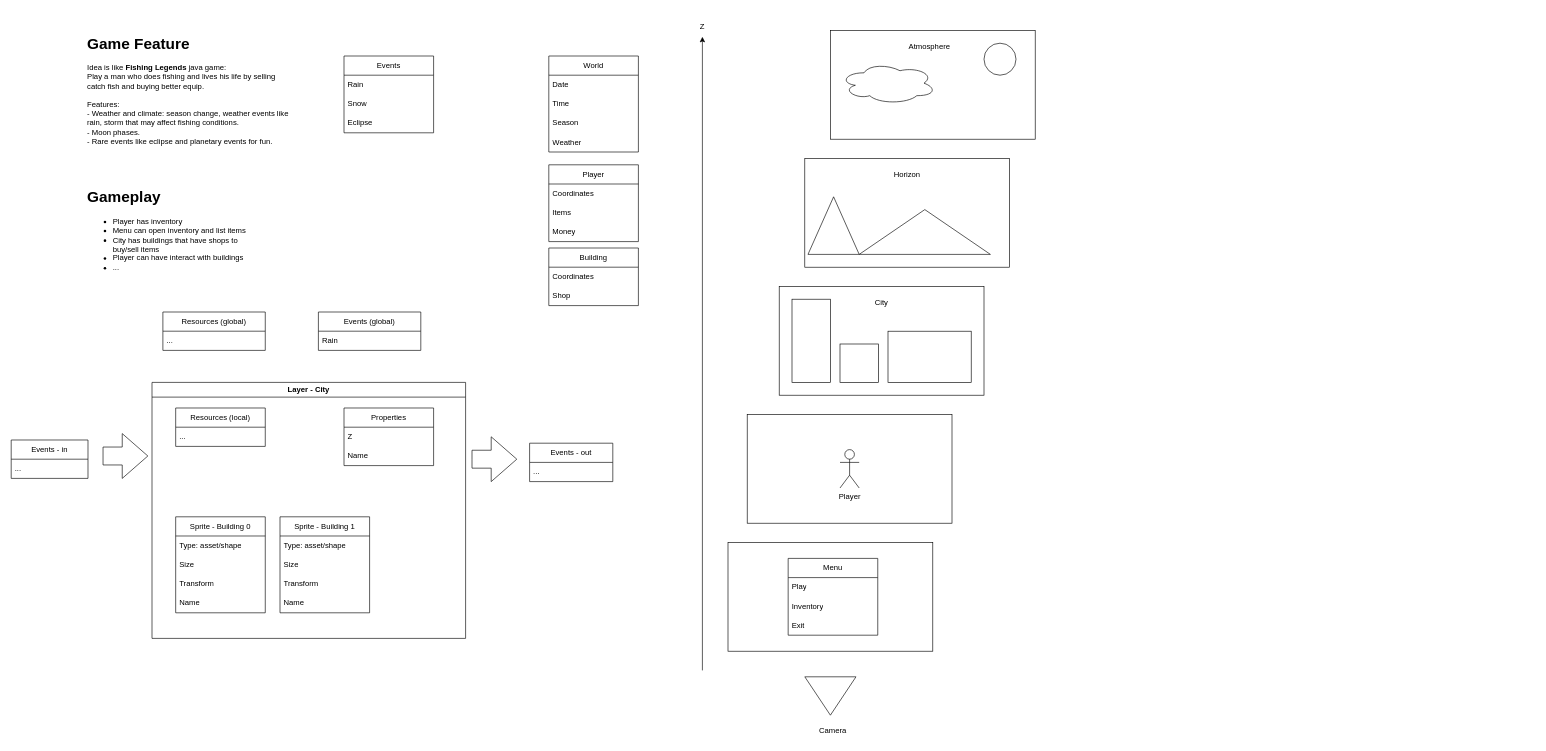
This is notes/design-notes.drawio from Andrcraft9/bevy-fishing-game, a draw.io file, before an edit. Source tidied: cells renumbered, new cells numbered last; positions are measured from the earlier drawing's top-left corner, leaving out a move shared by most shapes. Both pictures are drawn from the tidied source at 64%, with x=0, y=0 at pixel (11, 17).
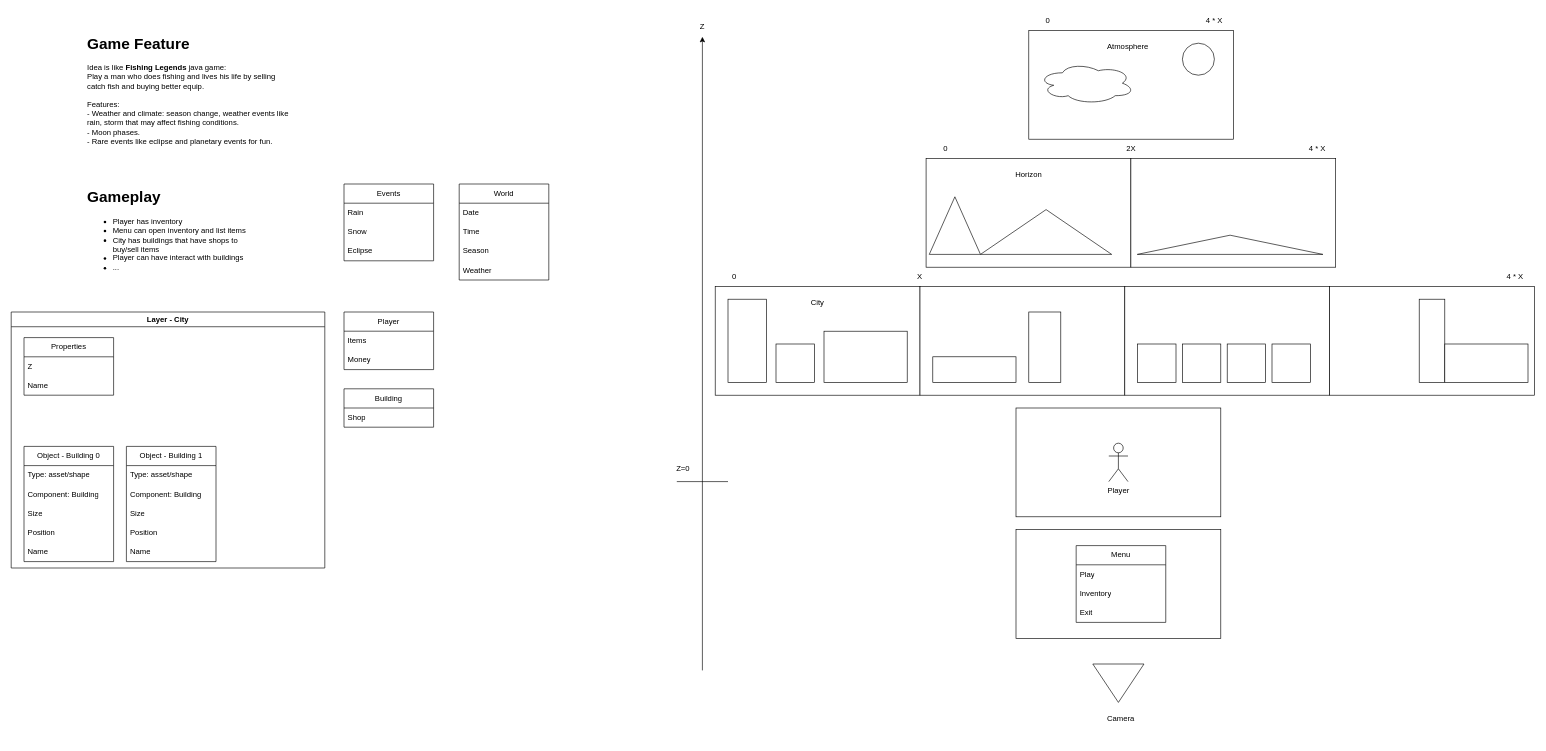
Above is the later version.

Diff of the diagram source:
```diff
@@
     <mxCell id="2" style="rounded=0;whiteSpace=wrap;html=1;" parent="1" vertex="1">
-      <mxGeometry x="1200" y="420" width="320" height="170" as="geometry" />
+      <mxGeometry x="1100" y="420" width="320" height="170" as="geometry" />
     </mxCell>
     <mxCell id="3" style="rounded=0;whiteSpace=wrap;html=1;" parent="1" vertex="1">
-      <mxGeometry x="1280" y="20" width="320" height="170" as="geometry" />
+      <mxGeometry x="1590" y="20" width="320" height="170" as="geometry" />
     </mxCell>
     <mxCell id="4" style="rounded=0;whiteSpace=wrap;html=1;" parent="1" vertex="1">
-      <mxGeometry x="1150" y="620" width="320" height="170" as="geometry" />
+      <mxGeometry x="1570" y="610" width="320" height="170" as="geometry" />
     </mxCell>
     <mxCell id="5" value="Player" style="shape=umlActor;verticalLabelPosition=bottom;verticalAlign=top;html=1;" parent="1" vertex="1">
-      <mxGeometry x="1295" y="675" width="30" height="60" as="geometry" />
+      <mxGeometry x="1715" y="665" width="30" height="60" as="geometry" />
     </mxCell>
     <mxCell id="6" style="rounded=0;whiteSpace=wrap;html=1;" parent="1" vertex="1">
-      <mxGeometry x="1220" y="440" width="60" height="130" as="geometry" />
+      <mxGeometry x="1120" y="440" width="60" height="130" as="geometry" />
     </mxCell>
     <mxCell id="7" style="rounded=0;whiteSpace=wrap;html=1;" parent="1" vertex="1">
-      <mxGeometry x="1295" y="510" width="60" height="60" as="geometry" />
+      <mxGeometry x="1195" y="510" width="60" height="60" as="geometry" />
     </mxCell>
     <mxCell id="8" style="rounded=0;whiteSpace=wrap;html=1;" parent="1" vertex="1">
-      <mxGeometry x="1370" y="490" width="130" height="80" as="geometry" />
+      <mxGeometry x="1270" y="490" width="130" height="80" as="geometry" />
     </mxCell>
     <mxCell id="9" value="City" style="text;html=1;align=center;verticalAlign=middle;whiteSpace=wrap;rounded=0;" parent="1" vertex="1">
-      <mxGeometry x="1330" y="430" width="60" height="30" as="geometry" />
+      <mxGeometry x="1230" y="430" width="60" height="30" as="geometry" />
     </mxCell>
     <mxCell id="10" style="rounded=0;whiteSpace=wrap;html=1;" parent="1" vertex="1">
-      <mxGeometry x="1240" y="220" width="320" height="170" as="geometry" />
+      <mxGeometry x="1429.5" y="220" width="320" height="170" as="geometry" />
     </mxCell>
     <mxCell id="11" value="Atmosphere" style="text;html=1;align=center;verticalAlign=middle;whiteSpace=wrap;rounded=0;" parent="1" vertex="1">
-      <mxGeometry x="1390" y="30" width="90" height="30" as="geometry" />
+      <mxGeometry x="1700" y="30" width="90" height="30" as="geometry" />
     </mxCell>
     <mxCell id="12" value="Horizon" style="text;html=1;align=center;verticalAlign=middle;whiteSpace=wrap;rounded=0;" parent="1" vertex="1">
-      <mxGeometry x="1370" y="230" width="60" height="30" as="geometry" />
+      <mxGeometry x="1559.5" y="230" width="60" height="30" as="geometry" />
     </mxCell>
     <mxCell id="13" style="ellipse;shape=cloud;whiteSpace=wrap;html=1;" parent="1" vertex="1">
-      <mxGeometry x="1295" y="70" width="150" height="65" as="geometry" />
+      <mxGeometry x="1605" y="70" width="150" height="65" as="geometry" />
     </mxCell>
     <mxCell id="14" style="ellipse;whiteSpace=wrap;html=1;" parent="1" vertex="1">
-      <mxGeometry x="1520" y="40" width="50" height="50" as="geometry" />
+      <mxGeometry x="1830" y="40" width="50" height="50" as="geometry" />
     </mxCell>
     <mxCell id="15" style="triangle;whiteSpace=wrap;html=1;direction=north;" parent="1" vertex="1">
-      <mxGeometry x="1245" y="280" width="80" height="90" as="geometry" />
+      <mxGeometry x="1434.5" y="280" width="80" height="90" as="geometry" />
     </mxCell>
     <mxCell id="16" style="triangle;whiteSpace=wrap;html=1;direction=north;" parent="1" vertex="1">
-      <mxGeometry x="1325" y="300" width="205" height="70" as="geometry" />
+      <mxGeometry x="1514.5" y="300" width="205" height="70" as="geometry" />
     </mxCell>
     <mxCell id="17" style="rounded=0;whiteSpace=wrap;html=1;" parent="1" vertex="1">
-      <mxGeometry x="1120" y="820" width="320" height="170" as="geometry" />
+      <mxGeometry x="1570" y="800" width="320" height="170" as="geometry" />
     </mxCell>
     <mxCell id="18" value="Menu" style="swimlane;fontStyle=0;horizontal=1;startSize=30;whiteSpace=wrap;html=1;" parent="1" vertex="1">
-      <mxGeometry x="1214" y="845" width="140" height="120" as="geometry" />
+      <mxGeometry x="1664" y="825" width="140" height="120" as="geometry" />
     </mxCell>
@@
     <mxCell id="24" style="triangle;whiteSpace=wrap;html=1;direction=south;" parent="1" vertex="1">
-      <mxGeometry x="1240" y="1030" width="80" height="60" as="geometry" />
+      <mxGeometry x="1690" y="1010" width="80" height="60" as="geometry" />
     </mxCell>
     <mxCell id="25" value="Camera" style="text;html=1;align=center;verticalAlign=middle;whiteSpace=wrap;rounded=0;" parent="1" vertex="1">
-      <mxGeometry x="1254" y="1100" width="60" height="30" as="geometry" />
+      <mxGeometry x="1704" y="1080" width="60" height="30" as="geometry" />
     </mxCell>
     <mxCell id="26" value="World" style="swimlane;fontStyle=0;horizontal=1;startSize=30;whiteSpace=wrap;html=1;" parent="1" vertex="1">
-      <mxGeometry x="840" y="60" width="140" height="150" as="geometry" />
+      <mxGeometry x="700" y="260" width="140" height="150" as="geometry" />
     </mxCell>
@@
     <mxCell id="31" value="Events" style="swimlane;fontStyle=0;horizontal=1;startSize=30;whiteSpace=wrap;html=1;" parent="1" vertex="1">
-      <mxGeometry x="520" y="60" width="140" height="120" as="geometry" />
+      <mxGeometry x="520" y="260" width="140" height="120" as="geometry" />
     </mxCell>
@@
-    <mxCell id="35" value="Player" style="swimlane;fontStyle=0;horizontal=1;startSize=30;whiteSpace=wrap;html=1;" parent="1" vertex="1">
-      <mxGeometry x="840" y="230" width="140" height="120" as="geometry" />
-    </mxCell>
-    <mxCell id="36" value="Coordinates" style="text;strokeColor=none;fillColor=none;align=left;verticalAlign=middle;spacingLeft=4;spacingRight=4;overflow=hidden;whiteSpace=wrap;html=1;" parent="35" vertex="1">
-      <mxGeometry y="30" width="140" height="30" as="geometry" />
-    </mxCell>
-    <mxCell id="37" value="Items" style="text;strokeColor=none;fillColor=none;align=left;verticalAlign=middle;spacingLeft=4;spacingRight=4;overflow=hidden;whiteSpace=wrap;html=1;" parent="35" vertex="1">
-      <mxGeometry y="60" width="140" height="30" as="geometry" />
-    </mxCell>
-    <mxCell id="38" value="Money" style="text;strokeColor=none;fillColor=none;align=left;verticalAlign=middle;spacingLeft=4;spacingRight=4;overflow=hidden;whiteSpace=wrap;html=1;" parent="35" vertex="1">
-      <mxGeometry y="90" width="140" height="30" as="geometry" />
-    </mxCell>
     <mxCell id="39" value="Building" style="swimlane;fontStyle=0;horizontal=1;startSize=30;whiteSpace=wrap;html=1;" parent="1" vertex="1">
-      <mxGeometry x="840" y="360" width="140" height="90" as="geometry" />
+      <mxGeometry x="520" y="580" width="140" height="60" as="geometry" />
     </mxCell>
-    <mxCell id="40" value="Coordinates" style="text;strokeColor=none;fillColor=none;align=left;verticalAlign=middle;spacingLeft=4;spacingRight=4;overflow=hidden;whiteSpace=wrap;html=1;" parent="39" vertex="1">
-      <mxGeometry y="30" width="140" height="30" as="geometry" />
-    </mxCell>
     <mxCell id="41" value="Shop" style="text;strokeColor=none;fillColor=none;align=left;verticalAlign=middle;spacingLeft=4;spacingRight=4;overflow=hidden;whiteSpace=wrap;html=1;" parent="39" vertex="1">
-      <mxGeometry y="60" width="140" height="30" as="geometry" />
+      <mxGeometry y="30" width="140" height="30" as="geometry" />
     </mxCell>
@@
     <mxCell id="44" value="Layer - City" style="swimlane;whiteSpace=wrap;html=1;" parent="1" vertex="1">
-      <mxGeometry x="220" y="570" width="490" height="400" as="geometry" />
+      <mxGeometry y="460" width="490" height="400" as="geometry" />
     </mxCell>
-    <mxCell id="45" value="Sprite - Building 0" style="swimlane;fontStyle=0;horizontal=1;startSize=30;whiteSpace=wrap;html=1;" parent="44" vertex="1">
-      <mxGeometry x="37" y="210" width="140" height="150" as="geometry" />
+    <mxCell id="45" value="Object - Building 0" style="swimlane;fontStyle=0;horizontal=1;startSize=30;whiteSpace=wrap;html=1;" parent="44" vertex="1">
+      <mxGeometry x="20" y="210" width="140" height="180" as="geometry" />
     </mxCell>
@@
+    <mxCell id="70" value="Component: Building" style="text;strokeColor=none;fillColor=none;align=left;verticalAlign=middle;spacingLeft=4;spacingRight=4;overflow=hidden;whiteSpace=wrap;html=1;" parent="45" vertex="1">
+      <mxGeometry y="60" width="140" height="30" as="geometry" />
+    </mxCell>
     <mxCell id="47" value="Size" style="text;strokeColor=none;fillColor=none;align=left;verticalAlign=middle;spacingLeft=4;spacingRight=4;overflow=hidden;whiteSpace=wrap;html=1;" parent="45" vertex="1">
-      <mxGeometry y="60" width="140" height="30" as="geometry" />
+      <mxGeometry y="90" width="140" height="30" as="geometry" />
     </mxCell>
-    <mxCell id="48" value="Transform" style="text;strokeColor=none;fillColor=none;align=left;verticalAlign=middle;spacingLeft=4;spacingRight=4;overflow=hidden;whiteSpace=wrap;html=1;" parent="45" vertex="1">
-      <mxGeometry y="90" width="140" height="30" as="geometry" />
+    <mxCell id="48" value="Position" style="text;strokeColor=none;fillColor=none;align=left;verticalAlign=middle;spacingLeft=4;spacingRight=4;overflow=hidden;whiteSpace=wrap;html=1;" parent="45" vertex="1">
+      <mxGeometry y="120" width="140" height="30" as="geometry" />
     </mxCell>
     <mxCell id="49" value="Name" style="text;strokeColor=none;fillColor=none;align=left;verticalAlign=middle;spacingLeft=4;spacingRight=4;overflow=hidden;whiteSpace=wrap;html=1;" parent="45" vertex="1">
-      <mxGeometry y="120" width="140" height="30" as="geometry" />
+      <mxGeometry y="150" width="140" height="30" as="geometry" />
     </mxCell>
-    <mxCell id="50" value="Sprite - Building 1" style="swimlane;fontStyle=0;horizontal=1;startSize=30;whiteSpace=wrap;html=1;" parent="44" vertex="1">
-      <mxGeometry x="200" y="210" width="140" height="150" as="geometry" />
+    <mxCell id="50" value="Object - Building 1" style="swimlane;fontStyle=0;horizontal=1;startSize=30;whiteSpace=wrap;html=1;" parent="44" vertex="1">
+      <mxGeometry x="180" y="210" width="140" height="180" as="geometry" />
     </mxCell>
@@
+    <mxCell id="71" value="Component: Building" style="text;strokeColor=none;fillColor=none;align=left;verticalAlign=middle;spacingLeft=4;spacingRight=4;overflow=hidden;whiteSpace=wrap;html=1;" parent="50" vertex="1">
+      <mxGeometry y="60" width="140" height="30" as="geometry" />
+    </mxCell>
     <mxCell id="52" value="Size" style="text;strokeColor=none;fillColor=none;align=left;verticalAlign=middle;spacingLeft=4;spacingRight=4;overflow=hidden;whiteSpace=wrap;html=1;" parent="50" vertex="1">
-      <mxGeometry y="60" width="140" height="30" as="geometry" />
+      <mxGeometry y="90" width="140" height="30" as="geometry" />
     </mxCell>
-    <mxCell id="53" value="Transform" style="text;strokeColor=none;fillColor=none;align=left;verticalAlign=middle;spacingLeft=4;spacingRight=4;overflow=hidden;whiteSpace=wrap;html=1;" parent="50" vertex="1">
-      <mxGeometry y="90" width="140" height="30" as="geometry" />
+    <mxCell id="53" value="Position" style="text;strokeColor=none;fillColor=none;align=left;verticalAlign=middle;spacingLeft=4;spacingRight=4;overflow=hidden;whiteSpace=wrap;html=1;" parent="50" vertex="1">
+      <mxGeometry y="120" width="140" height="30" as="geometry" />
     </mxCell>
     <mxCell id="54" value="Name" style="text;strokeColor=none;fillColor=none;align=left;verticalAlign=middle;spacingLeft=4;spacingRight=4;overflow=hidden;whiteSpace=wrap;html=1;" parent="50" vertex="1">
-      <mxGeometry y="120" width="140" height="30" as="geometry" />
+      <mxGeometry y="150" width="140" height="30" as="geometry" />
     </mxCell>
-    <mxCell id="55" value="Resources (local)" style="swimlane;fontStyle=0;horizontal=1;startSize=30;whiteSpace=wrap;html=1;" parent="44" vertex="1">
-      <mxGeometry x="37" y="40" width="140" height="60" as="geometry" />
-    </mxCell>
-    <mxCell id="56" value="..." style="text;strokeColor=none;fillColor=none;align=left;verticalAlign=middle;spacingLeft=4;spacingRight=4;overflow=hidden;whiteSpace=wrap;html=1;" parent="55" vertex="1">
-      <mxGeometry y="30" width="140" height="30" as="geometry" />
-    </mxCell>
     <mxCell id="57" value="Properties" style="swimlane;fontStyle=0;horizontal=1;startSize=30;whiteSpace=wrap;html=1;" parent="44" vertex="1">
-      <mxGeometry x="300" y="40" width="140" height="90" as="geometry" />
+      <mxGeometry x="20" y="40" width="140" height="90" as="geometry" />
     </mxCell>
@@
-    <mxCell id="60" value="Resources (global)" style="swimlane;fontStyle=0;horizontal=1;startSize=30;whiteSpace=wrap;html=1;" parent="1" vertex="1">
-      <mxGeometry x="237" y="460" width="160" height="60" as="geometry" />
-    </mxCell>
-    <mxCell id="61" value="..." style="text;strokeColor=none;fillColor=none;align=left;verticalAlign=middle;spacingLeft=4;spacingRight=4;overflow=hidden;whiteSpace=wrap;html=1;" parent="60" vertex="1">
-      <mxGeometry y="30" width="160" height="30" as="geometry" />
-    </mxCell>
-    <mxCell id="62" value="Events - in" style="swimlane;fontStyle=0;horizontal=1;startSize=30;whiteSpace=wrap;html=1;" parent="1" vertex="1">
-      <mxGeometry y="660" width="120" height="60" as="geometry" />
-    </mxCell>
-    <mxCell id="63" value="..." style="text;strokeColor=none;fillColor=none;align=left;verticalAlign=middle;spacingLeft=4;spacingRight=4;overflow=hidden;whiteSpace=wrap;html=1;" parent="62" vertex="1">
-      <mxGeometry y="30" width="120" height="30" as="geometry" />
-    </mxCell>
-    <mxCell id="64" value="Events - out" style="swimlane;fontStyle=0;horizontal=1;startSize=30;whiteSpace=wrap;html=1;" parent="1" vertex="1">
-      <mxGeometry x="810" y="665" width="130" height="60" as="geometry" />
-    </mxCell>
-    <mxCell id="65" value="..." style="text;strokeColor=none;fillColor=none;align=left;verticalAlign=middle;spacingLeft=4;spacingRight=4;overflow=hidden;whiteSpace=wrap;html=1;" parent="64" vertex="1">
-      <mxGeometry y="30" width="130" height="30" as="geometry" />
-    </mxCell>
-    <mxCell id="66" value="Events (global)" style="swimlane;fontStyle=0;horizontal=1;startSize=30;whiteSpace=wrap;html=1;" parent="1" vertex="1">
-      <mxGeometry x="480" y="460" width="160" height="60" as="geometry" />
-    </mxCell>
-    <mxCell id="67" value="Rain" style="text;strokeColor=none;fillColor=none;align=left;verticalAlign=middle;spacingLeft=4;spacingRight=4;overflow=hidden;whiteSpace=wrap;html=1;" parent="66" vertex="1">
-      <mxGeometry y="30" width="160" height="30" as="geometry" />
-    </mxCell>
-    <mxCell id="68" style="html=1;shadow=0;dashed=0;align=center;verticalAlign=middle;shape=mxgraph.arrows2.arrow;dy=0.6;dx=40;notch=0;" parent="1" vertex="1">
-      <mxGeometry x="143.5" y="650" width="70" height="70" as="geometry" />
-    </mxCell>
-    <mxCell id="69" style="html=1;shadow=0;dashed=0;align=center;verticalAlign=middle;shape=mxgraph.arrows2.arrow;dy=0.6;dx=40;notch=0;" parent="1" vertex="1">
-      <mxGeometry x="720" y="655" width="70" height="70" as="geometry" />
-    </mxCell>
+    <mxCell id="72" style="endArrow=none;html=1;rounded=0;" parent="1" edge="1">
+      <mxGeometry relative="1" as="geometry">
+        <mxPoint x="1040" y="725" as="sourcePoint" />
+        <mxPoint x="1120" y="725" as="targetPoint" />
+      </mxGeometry>
+    </mxCell>
+    <mxCell id="73" value="Z=0" style="text;html=1;whiteSpace=wrap;strokeColor=none;fillColor=none;align=center;verticalAlign=middle;rounded=0;" parent="1" vertex="1">
+      <mxGeometry x="1020" y="690" width="60" height="30" as="geometry" />
+    </mxCell>
+    <mxCell id="74" style="rounded=0;whiteSpace=wrap;html=1;" parent="1" vertex="1">
+      <mxGeometry x="1420" y="420" width="320" height="170" as="geometry" />
+    </mxCell>
+    <mxCell id="75" style="rounded=0;whiteSpace=wrap;html=1;" parent="1" vertex="1">
+      <mxGeometry x="1440" y="530" width="130" height="40" as="geometry" />
+    </mxCell>
+    <mxCell id="76" style="rounded=0;whiteSpace=wrap;html=1;" parent="1" vertex="1">
+      <mxGeometry x="1590" y="460" width="50" height="110" as="geometry" />
+    </mxCell>
+    <mxCell id="77" style="rounded=0;whiteSpace=wrap;html=1;" parent="1" vertex="1">
+      <mxGeometry x="1749.5" y="220" width="320" height="170" as="geometry" />
+    </mxCell>
+    <mxCell id="78" style="triangle;whiteSpace=wrap;html=1;direction=north;" parent="1" vertex="1">
+      <mxGeometry x="1759.5" y="340" width="290" height="30" as="geometry" />
+    </mxCell>
+    <mxCell id="79" style="rounded=0;whiteSpace=wrap;html=1;" parent="1" vertex="1">
+      <mxGeometry x="1740" y="420" width="320" height="170" as="geometry" />
+    </mxCell>
+    <mxCell id="80" style="rounded=0;whiteSpace=wrap;html=1;" parent="1" vertex="1">
+      <mxGeometry x="2060" y="420" width="320" height="170" as="geometry" />
+    </mxCell>
+    <mxCell id="81" style="rounded=0;whiteSpace=wrap;html=1;" parent="1" vertex="1">
+      <mxGeometry x="1760" y="510" width="60" height="60" as="geometry" />
+    </mxCell>
+    <mxCell id="82" style="rounded=0;whiteSpace=wrap;html=1;" parent="1" vertex="1">
+      <mxGeometry x="1830" y="510" width="60" height="60" as="geometry" />
+    </mxCell>
+    <mxCell id="83" style="rounded=0;whiteSpace=wrap;html=1;" parent="1" vertex="1">
+      <mxGeometry x="1900" y="510" width="60" height="60" as="geometry" />
+    </mxCell>
+    <mxCell id="84" style="rounded=0;whiteSpace=wrap;html=1;" parent="1" vertex="1">
+      <mxGeometry x="1970" y="510" width="60" height="60" as="geometry" />
+    </mxCell>
+    <mxCell id="85" style="rounded=0;whiteSpace=wrap;html=1;" parent="1" vertex="1">
+      <mxGeometry x="2200" y="440" width="40" height="130" as="geometry" />
+    </mxCell>
+    <mxCell id="86" style="rounded=0;whiteSpace=wrap;html=1;" parent="1" vertex="1">
+      <mxGeometry x="2240" y="510" width="130" height="60" as="geometry" />
+    </mxCell>
+    <mxCell id="87" value="0" style="text;html=1;whiteSpace=wrap;strokeColor=none;fillColor=none;align=center;verticalAlign=middle;rounded=0;" parent="1" vertex="1">
+      <mxGeometry x="1100" y="390" width="60" height="30" as="geometry" />
+    </mxCell>
+    <mxCell id="88" value="4 * X" style="text;html=1;whiteSpace=wrap;strokeColor=none;fillColor=none;align=center;verticalAlign=middle;rounded=0;" parent="1" vertex="1">
+      <mxGeometry x="2320" y="390" width="60" height="30" as="geometry" />
+    </mxCell>
+    <mxCell id="89" value="0" style="text;html=1;whiteSpace=wrap;strokeColor=none;fillColor=none;align=center;verticalAlign=middle;rounded=0;" parent="1" vertex="1">
+      <mxGeometry x="1429.5" y="190" width="60" height="30" as="geometry" />
+    </mxCell>
+    <mxCell id="90" value="4 * X" style="text;html=1;whiteSpace=wrap;strokeColor=none;fillColor=none;align=center;verticalAlign=middle;rounded=0;" parent="1" vertex="1">
+      <mxGeometry x="2010.5" y="190" width="60" height="30" as="geometry" />
+    </mxCell>
+    <mxCell id="91" value="4 * X" style="text;html=1;whiteSpace=wrap;strokeColor=none;fillColor=none;align=center;verticalAlign=middle;rounded=0;" parent="1" vertex="1">
+      <mxGeometry x="1850" y="-10" width="60" height="30" as="geometry" />
+    </mxCell>
+    <mxCell id="92" value="0" style="text;html=1;whiteSpace=wrap;strokeColor=none;fillColor=none;align=center;verticalAlign=middle;rounded=0;" parent="1" vertex="1">
+      <mxGeometry x="1590" y="-10" width="60" height="30" as="geometry" />
+    </mxCell>
+    <mxCell id="93" value="2X" style="text;html=1;whiteSpace=wrap;strokeColor=none;fillColor=none;align=center;verticalAlign=middle;rounded=0;" parent="1" vertex="1">
+      <mxGeometry x="1719.5" y="190" width="60" height="30" as="geometry" />
+    </mxCell>
+    <mxCell id="94" value="X" style="text;html=1;whiteSpace=wrap;strokeColor=none;fillColor=none;align=center;verticalAlign=middle;rounded=0;" parent="1" vertex="1">
+      <mxGeometry x="1390" y="390" width="60" height="30" as="geometry" />
+    </mxCell>
+    <mxCell id="35" value="Player" style="swimlane;fontStyle=0;horizontal=1;startSize=30;whiteSpace=wrap;html=1;" parent="1" vertex="1">
+      <mxGeometry x="520" y="460" width="140" height="90" as="geometry" />
+    </mxCell>
+    <mxCell id="37" value="Items" style="text;strokeColor=none;fillColor=none;align=left;verticalAlign=middle;spacingLeft=4;spacingRight=4;overflow=hidden;whiteSpace=wrap;html=1;" parent="35" vertex="1">
+      <mxGeometry y="30" width="140" height="30" as="geometry" />
+    </mxCell>
+    <mxCell id="38" value="Money" style="text;strokeColor=none;fillColor=none;align=left;verticalAlign=middle;spacingLeft=4;spacingRight=4;overflow=hidden;whiteSpace=wrap;html=1;" parent="35" vertex="1">
+      <mxGeometry y="60" width="140" height="30" as="geometry" />
+    </mxCell>
```
